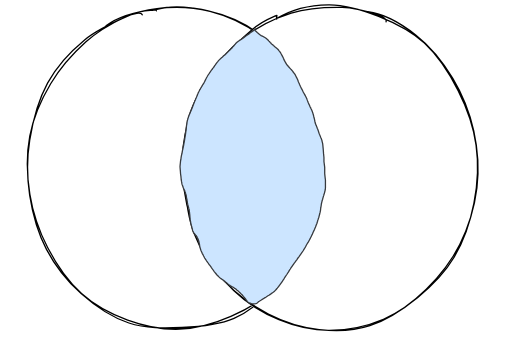
Earlier version of the draw.io export content/files/sql_inner_join.svg (TheRealMattDunn/mattdunn.info). Source tidied: cells renumbered, new cells last; positions are measured from the earlier drawing's top-left corner, leaving out a move shared by most shapes.
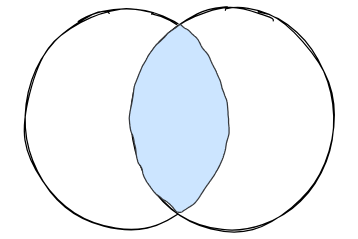
Above is the later version.

Diff of the diagram source:
```diff
@@ -2,14 +2,17 @@
   <root>
     <mxCell id="0" />
     <mxCell id="1" parent="0" />
+    <mxCell id="5" style="group;" parent="1" vertex="1">
+      <mxGeometry width="255" height="170" as="geometry" />
+    </mxCell>
-    <mxCell id="2" style="ellipse;whiteSpace=wrap;html=1;sketch=1;fillStyle=solid;" parent="1" vertex="1">
-      <mxGeometry width="240" height="240" as="geometry" />
+    <mxCell id="2" style="ellipse;whiteSpace=wrap;html=1;sketch=1;fillStyle=solid;" parent="5" vertex="1">
+      <mxGeometry width="170" height="170" as="geometry" />
     </mxCell>
-    <mxCell id="3" style="ellipse;whiteSpace=wrap;html=1;sketch=1;fillStyle=solid;" parent="1" vertex="1">
-      <mxGeometry x="120" width="240" height="240" as="geometry" />
+    <mxCell id="3" style="ellipse;whiteSpace=wrap;html=1;sketch=1;fillStyle=solid;" parent="5" vertex="1">
+      <mxGeometry x="85" width="170" height="170" as="geometry" />
     </mxCell>
-    <mxCell id="4" style="shape=(stored shape, 6432 characters);fillColor=#cce5ff;sketch=0;strokeColor=#36393d;" parent="1" vertex="1">
-      <mxGeometry x="123.8" y="12.3" width="112.6" height="212.5" as="geometry" />
+    <mxCell id="4" style="shape=(stored shape, 6432 characters);fillColor=#cce5ff;sketch=0;strokeColor=#36393d;" parent="5" vertex="1">
+      <mxGeometry x="87.7" y="8.7" width="79.8" height="150.5" as="geometry" />
     </mxCell>
   </root>
 </mxGraphModel>
```
